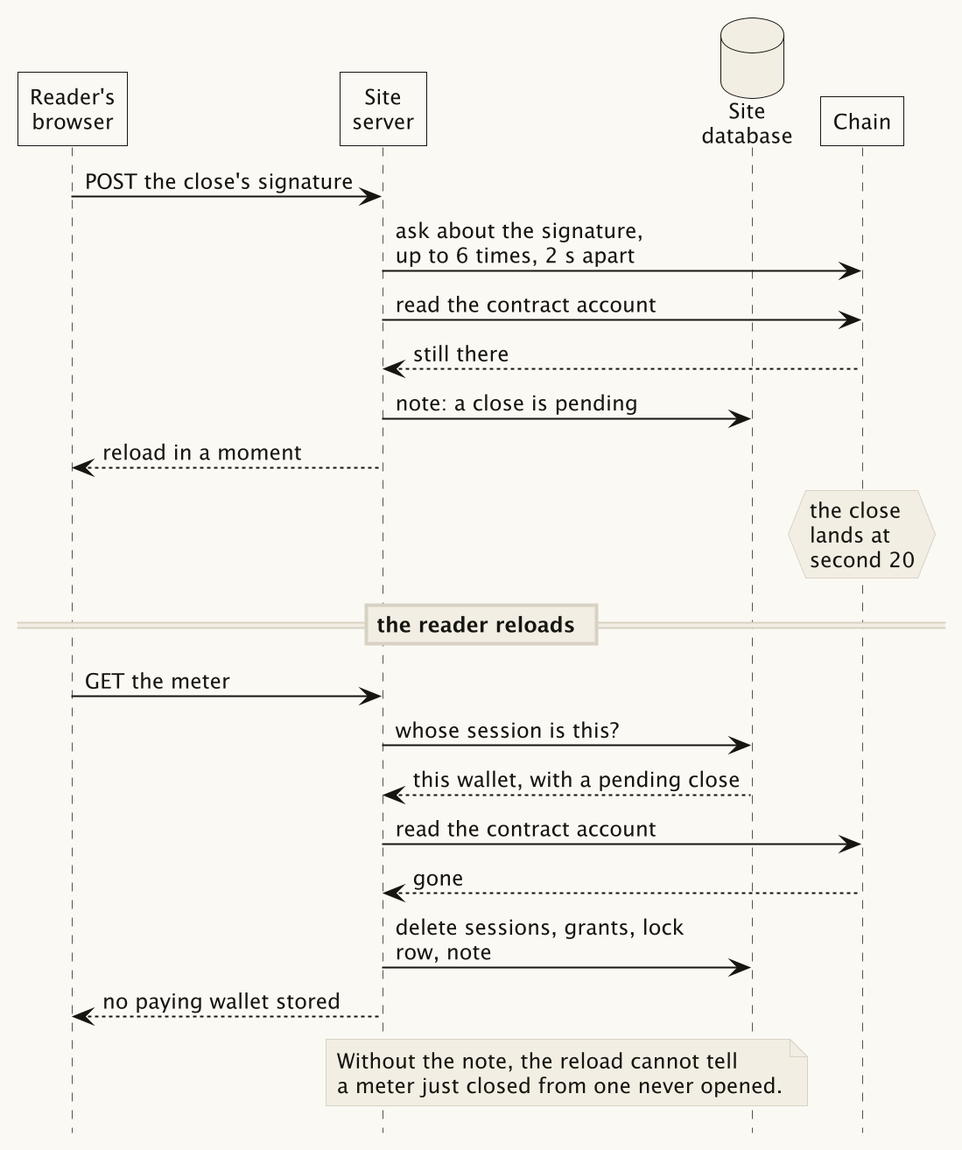
This is public/assets/img/two-orderings-late-close-light.png from wbreeze/sol-pay-demonstrator, a PlantUML export, as it was before one commit. The source it was exported from:
```plantuml
@startuml
!$theme = "light"
!include style.iuml
$lifelines()

B -> S : POST the close's signature
S -> C : ask about the signature,\nup to 6 times, 2 s apart
S -> C : read the contract account
C --> S : still there
S -> D : note: a close is pending
S --> B : reload in a moment
hnote over C : the close\nlands at\nsecond 20

== the reader reloads ==

B -> S : GET the meter
S -> D : whose session is this?
D --> S : this wallet, with a pending close
S -> C : read the contract account
C --> S : gone
S -> D : delete sessions, grants, lock row, note
S --> B : no paying wallet stored

note over S, D
  Without the note, the reload cannot tell
  a meter just closed from one never opened.
end note
@enduml
```
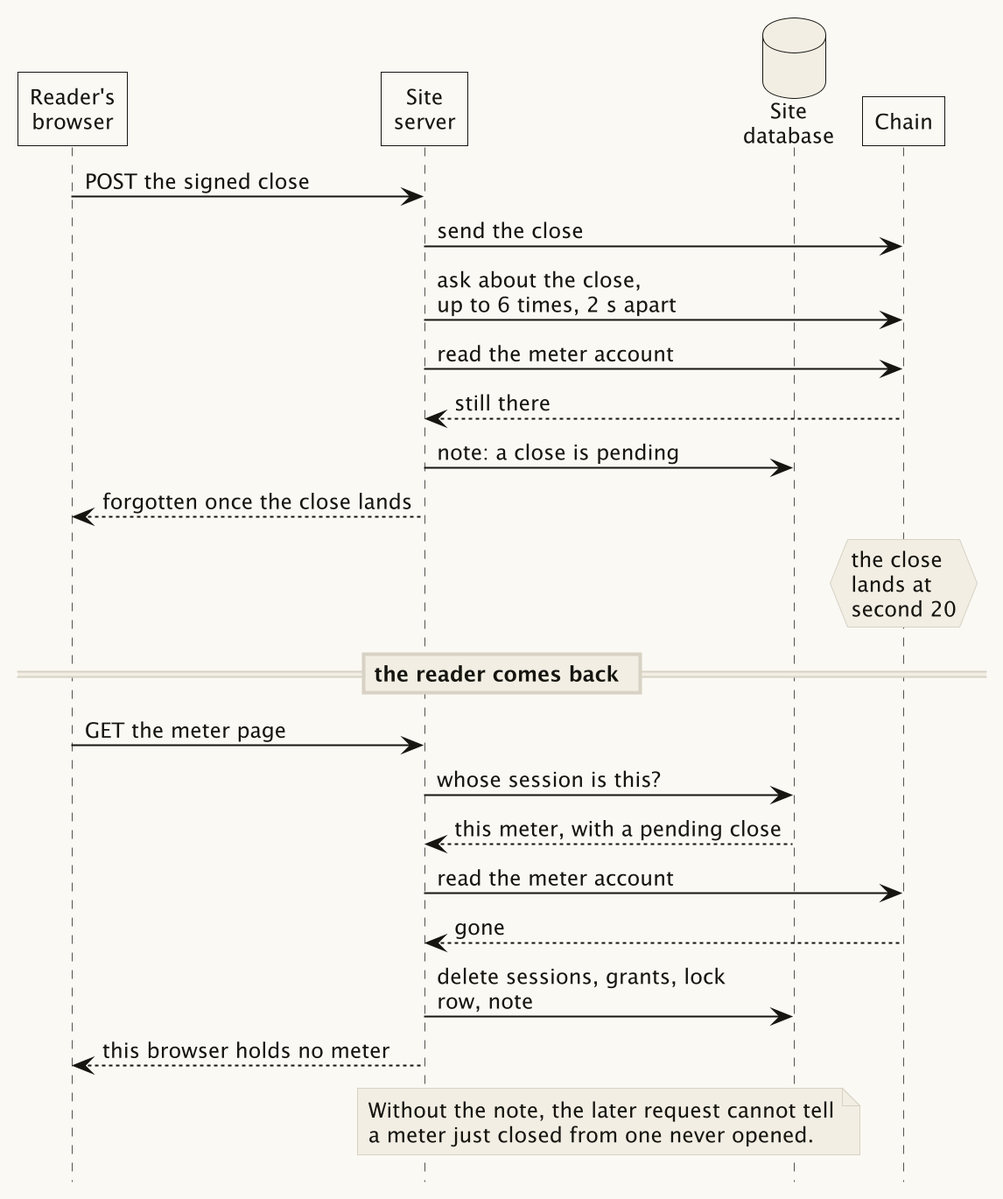
Later version of the same file.

Diff of the diagram source:
```diff
@@ -3,26 +3,27 @@
 !include style.iuml
 $lifelines()
 
-B -> S : POST the close's signature
-S -> C : ask about the signature,\nup to 6 times, 2 s apart
-S -> C : read the contract account
+B -> S : POST the signed close
+S -> C : send the close
+S -> C : ask about the close,\nup to 6 times, 2 s apart
+S -> C : read the meter account
 C --> S : still there
 S -> D : note: a close is pending
-S --> B : reload in a moment
+S --> B : forgotten once the close lands
 hnote over C : the close\nlands at\nsecond 20
 
-== the reader reloads ==
+== the reader comes back ==
 
-B -> S : GET the meter
+B -> S : GET the meter page
 S -> D : whose session is this?
-D --> S : this wallet, with a pending close
-S -> C : read the contract account
+D --> S : this meter, with a pending close
+S -> C : read the meter account
 C --> S : gone
 S -> D : delete sessions, grants, lock row, note
-S --> B : no paying wallet stored
+S --> B : this browser holds no meter
 
 note over S, D
-  Without the note, the reload cannot tell
+  Without the note, the later request cannot tell
   a meter just closed from one never opened.
 end note
 @enduml
```
